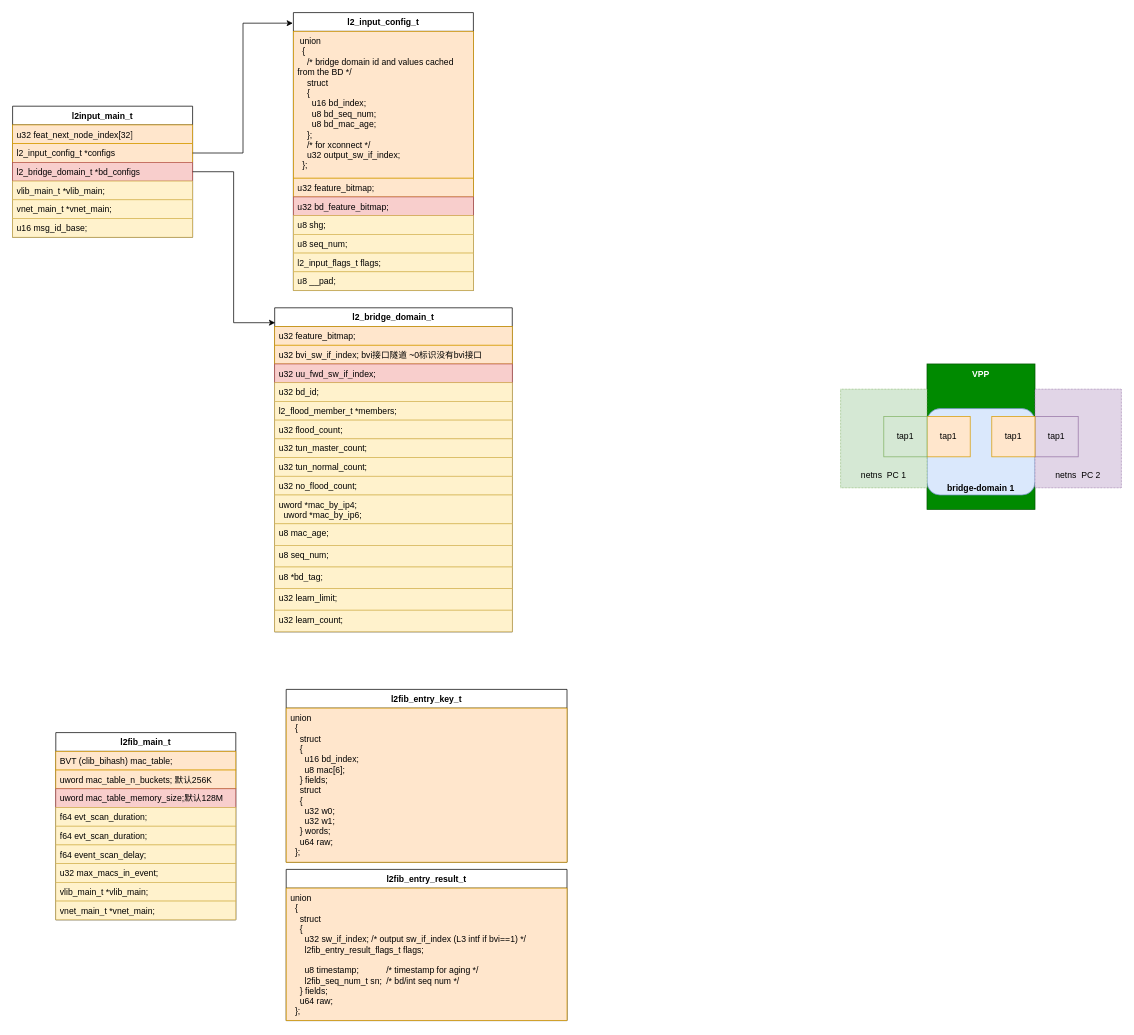
This is new_map/vnet_l2.drawio from jin13417/dpdk-vpp-learning, a draw.io file, before an edit. Source tidied: cells renumbered, new cells numbered last; positions are measured from the earlier drawing's top-left corner, leaving out a move shared by most shapes. Both pictures are drawn from the tidied source at 72%, with x=0, y=0 at pixel (12, 12).
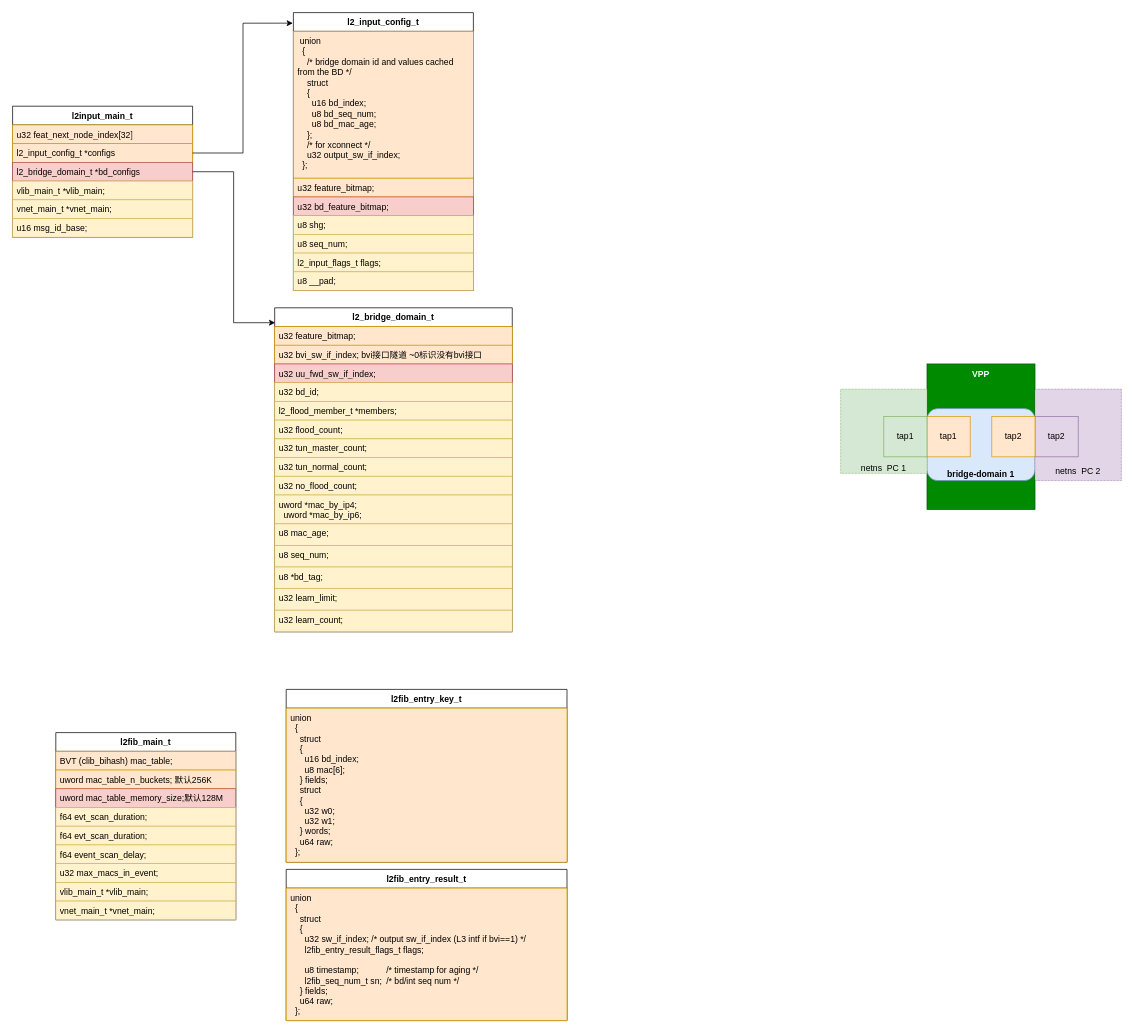
Above is the later version.

Change to the diagram source:
```diff
@@
     <mxCell id="3" value="bridge-domain 1" style="rounded=1;whiteSpace=wrap;html=1;fillColor=#dae8fc;strokeColor=#6c8ebf;verticalAlign=bottom;fontStyle=1;" parent="1" vertex="1">
-      <mxGeometry x="1270" y="550" width="150" height="120" as="geometry" />
+      <mxGeometry x="1270" y="550" width="150" height="100" as="geometry" />
     </mxCell>
     <mxCell id="4" value="&lt;div&gt;&lt;br&gt;&lt;/div&gt;&lt;div&gt;&lt;br&gt;&lt;/div&gt;&lt;div&gt;&lt;br&gt;&lt;/div&gt;&lt;div&gt;&lt;br&gt;&lt;/div&gt;&lt;div&gt;&lt;br&gt;&lt;/div&gt;&lt;div&gt;&lt;br&gt;&lt;/div&gt;&lt;div&gt;&lt;br&gt;&lt;/div&gt;&lt;div&gt;netns&amp;nbsp; PC 2&lt;/div&gt;" style="rounded=0;whiteSpace=wrap;html=1;dashed=1;dashPattern=1 1;fillColor=#e1d5e7;strokeColor=#9673a6;" parent="1" vertex="1">
-      <mxGeometry x="1420" y="523" width="120" height="137" as="geometry" />
+      <mxGeometry x="1420" y="523" width="120" height="127" as="geometry" />
     </mxCell>
     <mxCell id="5" value="&lt;div&gt;&lt;br&gt;&lt;/div&gt;&lt;div&gt;&lt;br&gt;&lt;/div&gt;&lt;div&gt;&lt;br&gt;&lt;/div&gt;&lt;div&gt;&lt;br&gt;&lt;/div&gt;&lt;div&gt;&lt;br&gt;&lt;/div&gt;&lt;div&gt;&lt;br&gt;&lt;/div&gt;&lt;div&gt;&lt;br&gt;&lt;/div&gt;&lt;div&gt;netns&amp;nbsp; PC 1&lt;/div&gt;" style="rounded=0;whiteSpace=wrap;html=1;dashed=1;dashPattern=1 1;fillColor=#d5e8d4;strokeColor=#82b366;" parent="1" vertex="1">
-      <mxGeometry x="1150" y="523" width="120" height="137" as="geometry" />
+      <mxGeometry x="1150" y="523" width="120" height="117" as="geometry" />
     </mxCell>
@@
-    <mxCell id="55" value="tap1" style="text;html=1;align=center;verticalAlign=middle;whiteSpace=wrap;rounded=0;strokeColor=#9673a6;fillColor=#e1d5e7;" parent="1" vertex="1">
+    <mxCell id="55" value="tap2" style="text;html=1;align=center;verticalAlign=middle;whiteSpace=wrap;rounded=0;strokeColor=#9673a6;fillColor=#e1d5e7;" parent="1" vertex="1">
       <mxGeometry x="1420" y="561" width="60" height="56" as="geometry" />
     </mxCell>
-    <mxCell id="56" value="tap1" style="text;html=1;align=center;verticalAlign=middle;whiteSpace=wrap;rounded=0;strokeColor=#d79b00;fillColor=#ffe6cc;" parent="1" vertex="1">
+    <mxCell id="56" value="tap2" style="text;html=1;align=center;verticalAlign=middle;whiteSpace=wrap;rounded=0;strokeColor=#d79b00;fillColor=#ffe6cc;" parent="1" vertex="1">
       <mxGeometry x="1360" y="561" width="60" height="56" as="geometry" />
     </mxCell>
```
